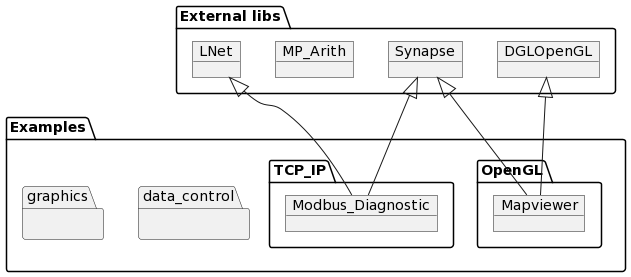
Earlier version of the PlantUML export Overview.png (PascalCorpsman/Examples).
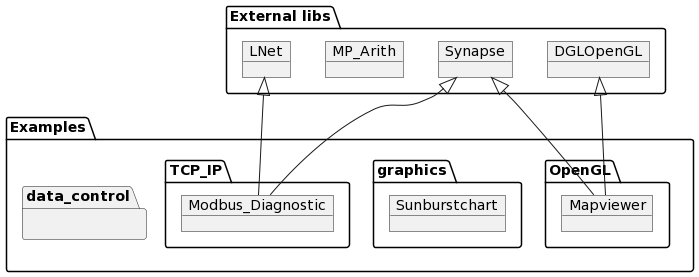
Later version of the same file.

Change to the diagram source:
```diff
@@ -8,6 +8,7 @@
   package "data_control" {
   }
   package "graphics" {
+   object Sunburstchart
   }
   package "TCP_IP" {
    object Modbus_Diagnostic
```
